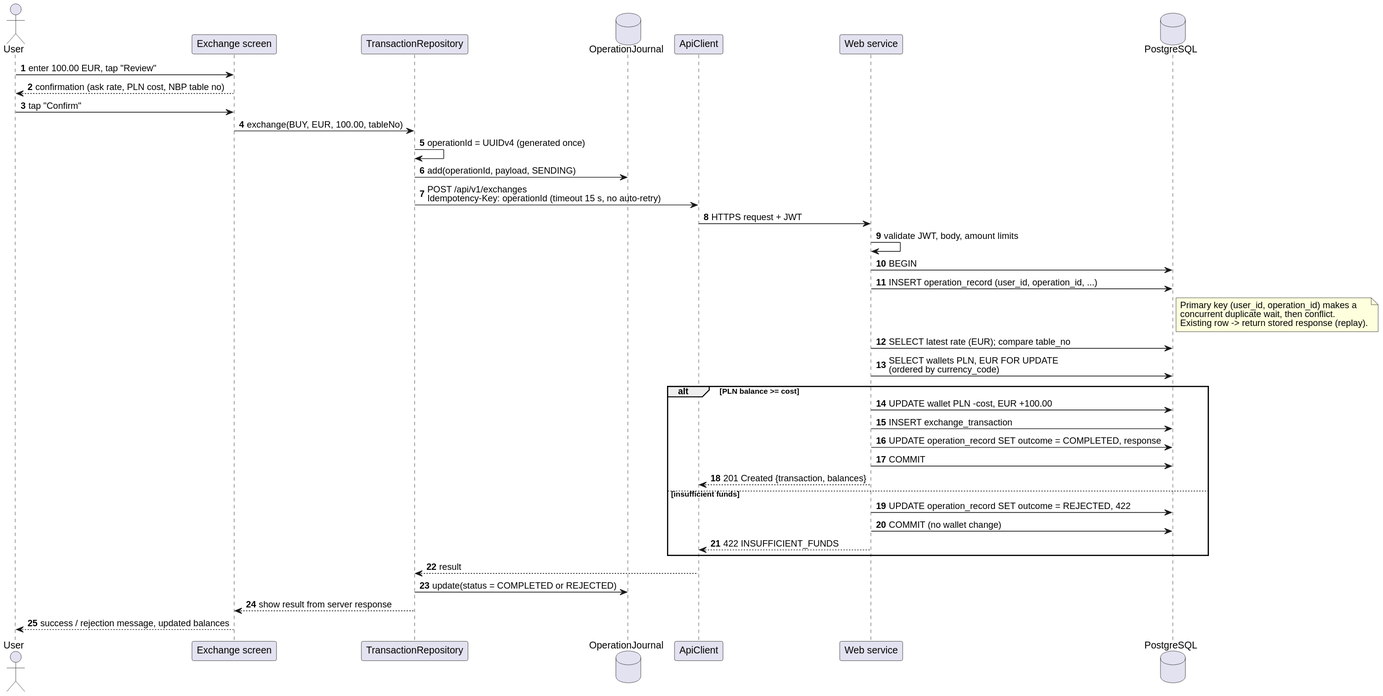
Before: docs/M1/diagrams/svg/seq-buy.svg, a diagram exported from PlantUML (hasanmertyilmaz/currency-exchange-hmy). Its diagram source:
```plantuml
@startuml
skinparam shadowing false
skinparam defaultFontName Helvetica
skinparam sequenceMessageAlign left
autonumber

actor User
participant "Exchange screen" as UI
participant "TransactionRepository" as Repo
database "OperationJournal" as Journal
participant "ApiClient" as Api
participant "Web service" as WS
database "PostgreSQL" as DB

User -> UI : enter 100.00 EUR, tap "Review"
UI --> User : confirmation (ask rate, PLN cost, NBP table no)
User -> UI : tap "Confirm"
UI -> Repo : exchange(BUY, EUR, 100.00, tableNo)
Repo -> Repo : operationId = UUIDv4 (generated once)
Repo -> Journal : add(operationId, payload, SENDING)
Repo -> Api : POST /api/v1/exchanges\nIdempotency-Key: operationId (timeout 15 s, no auto-retry)
Api -> WS : HTTPS request + JWT
WS -> WS : validate JWT, body, amount limits
WS -> DB : BEGIN
WS -> DB : INSERT operation_record (user_id, operation_id, ...)
note right of DB
Primary key (user_id, operation_id) makes a
concurrent duplicate wait, then conflict.
Existing row -> return stored response (replay).
end note
WS -> DB : SELECT latest rate (EUR); compare table_no
WS -> DB : SELECT wallets PLN, EUR FOR UPDATE\n(ordered by currency_code)
alt PLN balance >= cost
  WS -> DB : UPDATE wallet PLN -cost, EUR +100.00
  WS -> DB : INSERT exchange_transaction
  WS -> DB : UPDATE operation_record SET outcome = COMPLETED, response
  WS -> DB : COMMIT
  WS --> Api : 201 Created {transaction, balances}
else insufficient funds
  WS -> DB : UPDATE operation_record SET outcome = REJECTED, 422
  WS -> DB : COMMIT (no wallet change)
  WS --> Api : 422 INSUFFICIENT_FUNDS
end
Api --> Repo : result
Repo -> Journal : update(status = COMPLETED or REJECTED)
Repo --> UI : show result from server response
UI --> User : success / rejection message, updated balances
@enduml
```
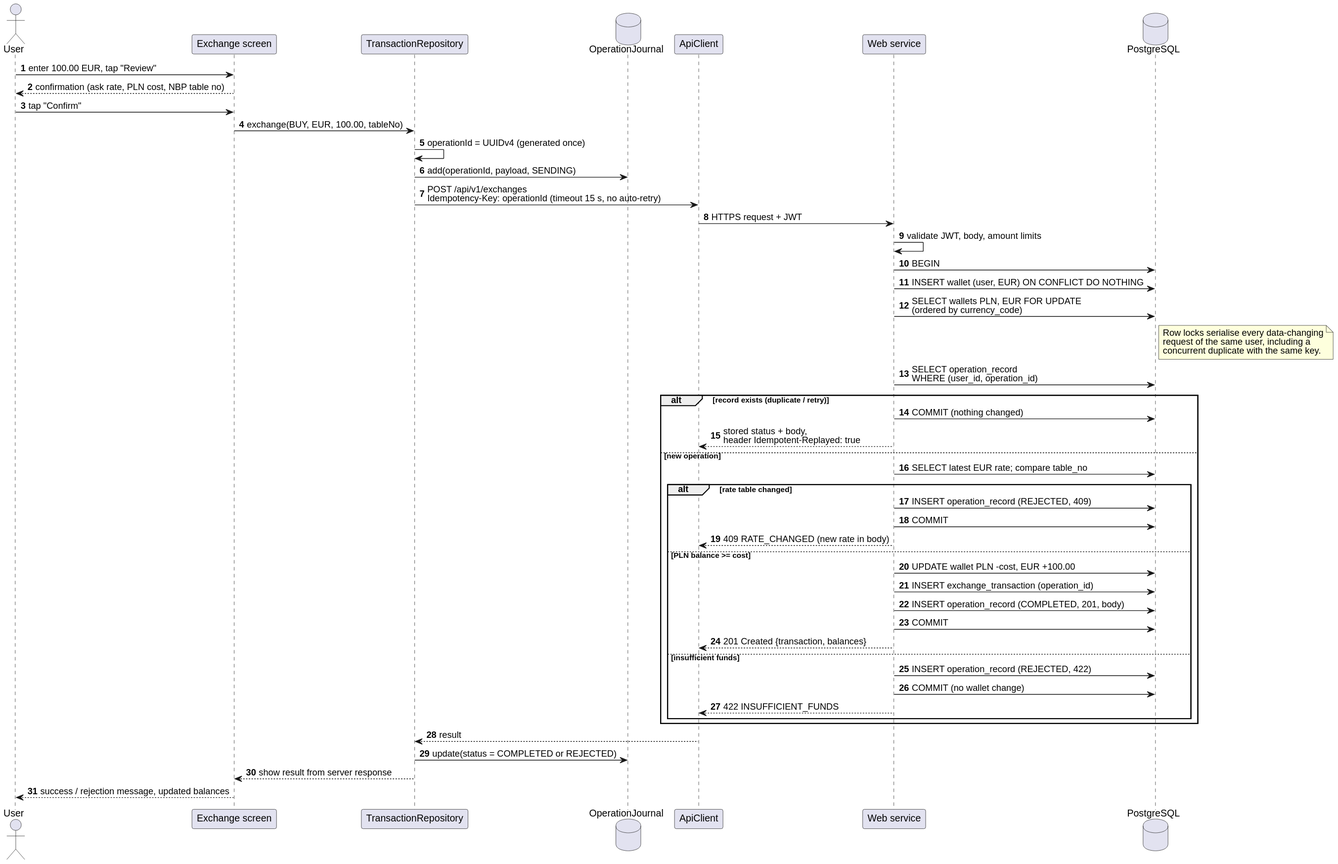
The same file after the commit.

Commit message:
docs(m1): add database schema draft and REST API contract outline

Diff of the diagram source:
```diff
@@ -22,24 +22,34 @@
 Api -> WS : HTTPS request + JWT
 WS -> WS : validate JWT, body, amount limits
 WS -> DB : BEGIN
-WS -> DB : INSERT operation_record (user_id, operation_id, ...)
+WS -> DB : INSERT wallet (user, EUR) ON CONFLICT DO NOTHING
+WS -> DB : SELECT wallets PLN, EUR FOR UPDATE\n(ordered by currency_code)
 note right of DB
-Primary key (user_id, operation_id) makes a
-concurrent duplicate wait, then conflict.
-Existing row -> return stored response (replay).
+Row locks serialise every data-changing
+request of the same user, including a
+concurrent duplicate with the same key.
 end note
-WS -> DB : SELECT latest rate (EUR); compare table_no
-WS -> DB : SELECT wallets PLN, EUR FOR UPDATE\n(ordered by currency_code)
-alt PLN balance >= cost
-  WS -> DB : UPDATE wallet PLN -cost, EUR +100.00
-  WS -> DB : INSERT exchange_transaction
-  WS -> DB : UPDATE operation_record SET outcome = COMPLETED, response
-  WS -> DB : COMMIT
-  WS --> Api : 201 Created {transaction, balances}
-else insufficient funds
-  WS -> DB : UPDATE operation_record SET outcome = REJECTED, 422
-  WS -> DB : COMMIT (no wallet change)
-  WS --> Api : 422 INSUFFICIENT_FUNDS
+WS -> DB : SELECT operation_record\nWHERE (user_id, operation_id)
+alt record exists (duplicate / retry)
+  WS -> DB : COMMIT (nothing changed)
+  WS --> Api : stored status + body,\nheader Idempotent-Replayed: true
+else new operation
+  WS -> DB : SELECT latest EUR rate; compare table_no
+  alt rate table changed
+    WS -> DB : INSERT operation_record (REJECTED, 409)
+    WS -> DB : COMMIT
+    WS --> Api : 409 RATE_CHANGED (new rate in body)
+  else PLN balance >= cost
+    WS -> DB : UPDATE wallet PLN -cost, EUR +100.00
+    WS -> DB : INSERT exchange_transaction (operation_id)
+    WS -> DB : INSERT operation_record (COMPLETED, 201, body)
+    WS -> DB : COMMIT
+    WS --> Api : 201 Created {transaction, balances}
+  else insufficient funds
+    WS -> DB : INSERT operation_record (REJECTED, 422)
+    WS -> DB : COMMIT (no wallet change)
+    WS --> Api : 422 INSUFFICIENT_FUNDS
+  end
 end
 Api --> Repo : result
 Repo -> Journal : update(status = COMPLETED or REJECTED)
```
